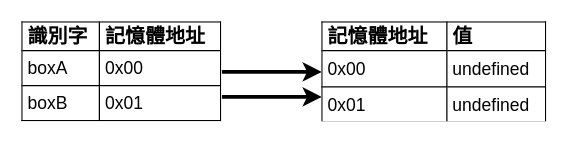
Earlier version of the draw.io diagram source/_drafts/iron-2020-new/draw/2-2-declare-2-1.drawio (shawnlin0201/shawnlin0201.github.io). Source tidied: cells renumbered, new cells numbered last; positions are measured from the earlier drawing's top-left corner, leaving out a move shared by most shapes. Both pictures are drawn from the tidied source at 125%, with x=0, y=0 at pixel (21, 21).
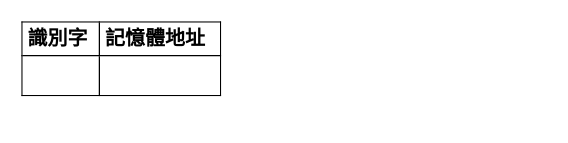
The same page after the edit.

What changed in the source:
```diff
@@
 <mxGraphModel>
   <root>
     <mxCell id="0" />
     <mxCell id="1" parent="0" />
-    <mxCell id="2" style="edgeStyle=orthogonalEdgeStyle;rounded=0;jettySize=auto;html=1;exitX=1;exitY=0.5;exitDx=0;exitDy=0;entryX=0;entryY=0.5;entryDx=0;entryDy=0;fontFamily=正黑體;strokeWidth=3;" parent="1" edge="1" source="4" target="5">
-      <mxGeometry relative="1" as="geometry" />
-    </mxCell>
-    <mxCell id="3" style="edgeStyle=orthogonalEdgeStyle;rounded=0;jettySize=auto;html=1;exitX=1;exitY=0.75;exitDx=0;exitDy=0;entryX=0;entryY=0.75;entryDx=0;entryDy=0;strokeWidth=3;" parent="1" edge="1" source="4" target="5">
-      <mxGeometry relative="1" as="geometry" />
-    </mxCell>
-    <mxCell id="4" value="&lt;table cellpadding=&quot;4&quot; cellspacing=&quot;0&quot; style=&quot;width: 100% ; height: 100% ; border: 1px solid rgb(0 , 0 , 0) ; border-collapse: collapse ; font-size: 14px ; background-color: rgb(255 , 255 , 255)&quot; border=&quot;1&quot;&gt;&lt;tbody&gt;&lt;tr style=&quot;line-height: 90%&quot;&gt;&lt;th&gt;&lt;font style=&quot;font-size: 16px&quot; color=&quot;#000000&quot;&gt;識別字&lt;/font&gt;&lt;/th&gt;&lt;th&gt;&lt;font style=&quot;font-size: 16px&quot; color=&quot;#000000&quot;&gt;記憶體地址&lt;/font&gt;&lt;/th&gt;&lt;/tr&gt;&lt;tr&gt;&lt;td&gt;&lt;font style=&quot;font-size: 14px&quot; color=&quot;#000000&quot;&gt;boxA&lt;/font&gt;&lt;/td&gt;&lt;td&gt;&lt;font style=&quot;font-size: 14px&quot; color=&quot;#000000&quot;&gt;0x00&lt;/font&gt;&lt;/td&gt;&lt;/tr&gt;&lt;tr&gt;&lt;td&gt;&lt;font color=&quot;#000000&quot; style=&quot;font-size: 14px&quot;&gt;&lt;span&gt;boxB&lt;/span&gt;&lt;br&gt;&lt;/font&gt;&lt;/td&gt;&lt;td&gt;&lt;font color=&quot;#000000&quot; style=&quot;font-size: 14px&quot;&gt;0x01&lt;/font&gt;&lt;/td&gt;&lt;/tr&gt;&lt;/tbody&gt;&lt;/table&gt; " style="verticalAlign=top;align=left;overflow=fill;fontSize=15;fontFamily=正黑體;html=1;strokeWidth=3;strokeColor=none;fillColor=none;" parent="1" vertex="1">
-      <mxGeometry width="160" height="80" as="geometry" />
+    <mxCell id="4" value="&lt;table cellpadding=&quot;4&quot; cellspacing=&quot;0&quot; style=&quot;width: 100% ; height: 100% ; border: 1px solid rgb(0 , 0 , 0) ; border-collapse: collapse ; font-size: 14px ; background-color: rgb(255 , 255 , 255)&quot; border=&quot;1&quot;&gt;&lt;tbody&gt;&lt;tr style=&quot;line-height: 90%&quot;&gt;&lt;th&gt;&lt;font style=&quot;font-size: 16px&quot; color=&quot;#000000&quot;&gt;識別字&lt;/font&gt;&lt;/th&gt;&lt;th&gt;&lt;font style=&quot;font-size: 16px&quot; color=&quot;#000000&quot;&gt;記憶體地址&lt;/font&gt;&lt;/th&gt;&lt;/tr&gt;&lt;tr&gt;&lt;td&gt;&lt;br&gt;&lt;/td&gt;&lt;td&gt;&lt;/td&gt;&lt;/tr&gt;&lt;/tbody&gt;&lt;/table&gt; " style="verticalAlign=top;align=left;overflow=fill;fontSize=15;fontFamily=正黑體;html=1;strokeWidth=3;strokeColor=none;fillColor=none;" parent="1" vertex="1">
+      <mxGeometry width="160" height="60" as="geometry" />
     </mxCell>
-    <mxCell id="5" value="&lt;table cellpadding=&quot;4&quot; cellspacing=&quot;0&quot; style=&quot;width: 100% ; height: 100% ; border: 1px solid rgb(0 , 0 , 0) ; border-collapse: collapse ; background-color: rgb(255 , 255 , 255) ; font-size: 14px&quot; border=&quot;1&quot;&gt;&lt;tbody style=&quot;font-size: 16px&quot;&gt;&lt;tr style=&quot;line-height: 90%&quot;&gt;&lt;th&gt;&lt;span&gt;&lt;font style=&quot;font-size: 16px&quot;&gt;記憶體地址&lt;br&gt;&lt;/font&gt;&lt;/span&gt;&lt;/th&gt;&lt;th&gt;&lt;span&gt;&lt;font style=&quot;font-size: 16px&quot;&gt;值&lt;/font&gt;&lt;/span&gt;&lt;/th&gt;&lt;/tr&gt;&lt;tr&gt;&lt;td&gt;&lt;span&gt;&lt;font style=&quot;font-size: 14px&quot;&gt;0x00&lt;br&gt;&lt;/font&gt;&lt;/span&gt;&lt;/td&gt;&lt;td&gt;&lt;font style=&quot;font-size: 14px&quot;&gt;undefined&lt;/font&gt;&lt;/td&gt;&lt;/tr&gt;&lt;tr&gt;&lt;td&gt;&lt;font style=&quot;font-size: 14px&quot;&gt;0x01&lt;/font&gt;&lt;/td&gt;&lt;td&gt;&lt;font style=&quot;font-size: 14px&quot;&gt;undefined&lt;br&gt;&lt;/font&gt;&lt;/td&gt;&lt;/tr&gt;&lt;/tbody&gt;&lt;/table&gt; " style="verticalAlign=top;align=left;overflow=fill;fontSize=12;fontFamily=正黑體;html=1;strokeWidth=3;fillColor=none;strokeColor=none;fontColor=#000000;" parent="1" vertex="1">
-      <mxGeometry x="240" width="180" height="80" as="geometry" />
-    </mxCell>
   </root>
 </mxGraphModel>
```
